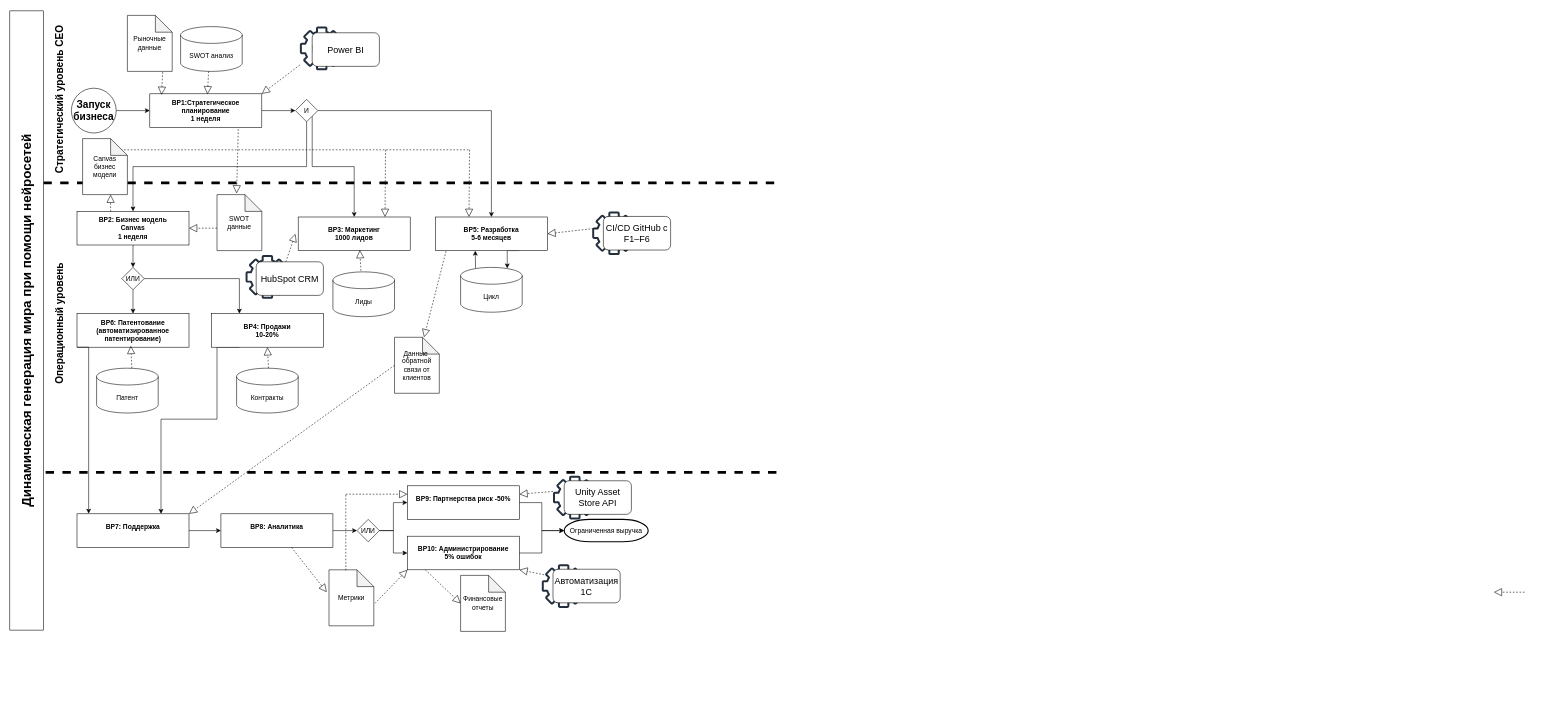
Slavik993/Diplom_Shebanov_2026 keeps this draw.io diagram as TO BE.drawio. Above is the earlier version. Source tidied: cells renumbered, new cells numbered last; positions are measured from the earlier drawing's top-left corner, leaving out a move shared by most shapes. Both pictures are drawn from the tidied source at 56%, with x=0, y=0 at pixel (-283, 15).
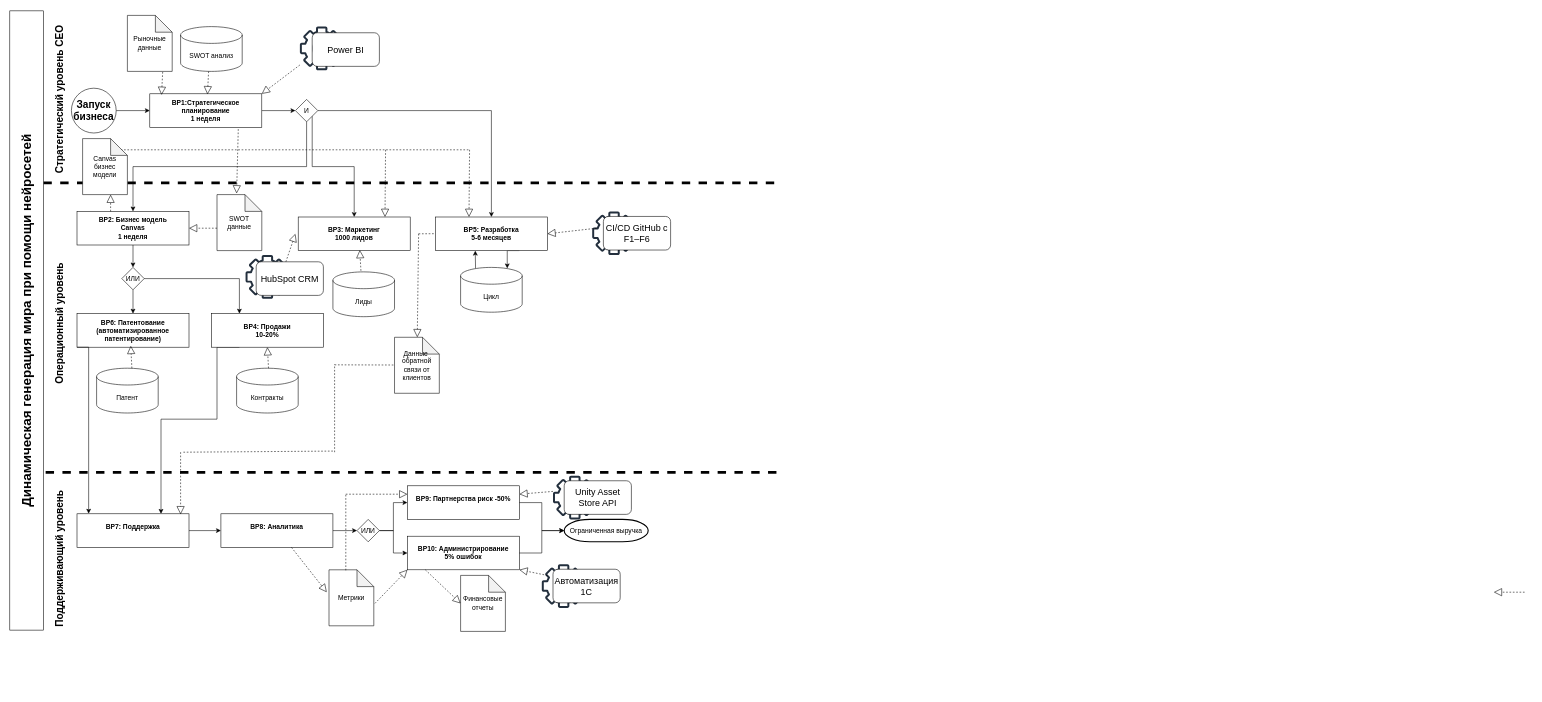
Above is the later version.

The change refers to these unchanged cells:
```xml
<mxCell id="28" value="&lt;b&gt;BP5: Разработка&lt;br&gt;5-6 месяцев&lt;/b&gt;" style="rounded=0;whiteSpace=wrap;html=1;" parent="1" vertex="1">
  <mxGeometry x="1283" y="360" width="200" height="60" as="geometry" />
</mxCell>
<mxCell id="36" value="&lt;b&gt;BP7: Поддержка&lt;/b&gt;&lt;div&gt;&lt;br&gt;&lt;/div&gt;" style="rounded=0;whiteSpace=wrap;html=1;" parent="1" vertex="1">
  <mxGeometry x="643" y="890" width="200" height="60" as="geometry" />
</mxCell>
<mxCell id="66" value="Данные&amp;nbsp; обратной связи от клиентов" style="shape=note;whiteSpace=wrap;html=1;backgroundOutline=1;darkOpacity=0.05;" parent="1" vertex="1">
  <mxGeometry x="1210" y="574.8" width="80" height="100" as="geometry" />
</mxCell>
```

Diff of the diagram source:
```diff
@@
-    <mxCell id="67" style="endArrow=block;dashed=1;endFill=0;endSize=12;html=1;rounded=0;exitX=0.095;exitY=1.017;exitDx=0;exitDy=0;exitPerimeter=0;" parent="1" edge="1" source="28" target="66">
-      <mxGeometry relative="1" as="geometry" />
+    <mxCell id="67" style="endArrow=block;dashed=1;endFill=0;endSize=12;html=1;rounded=0;" parent="1" edge="1" target="66">
+      <mxGeometry relative="1" as="geometry">
+        <mxPoint x="1253" y="390" as="sourcePoint" />
+      </mxGeometry>
     </mxCell>
-    <mxCell id="68" style="endArrow=block;dashed=1;endFill=0;endSize=12;html=1;rounded=0;exitX=0;exitY=0.5;exitDx=0;exitDy=0;exitPerimeter=0;entryX=1;entryY=0;entryDx=0;entryDy=0;" parent="1" edge="1" source="66" target="36">
-      <mxGeometry relative="1" as="geometry" />
-    </mxCell>
@@
+    <mxCell id="85" value="&lt;font style=&quot;font-size: 18px;&quot;&gt;&lt;b&gt;Поддерживающий уровень&lt;/b&gt;&lt;/font&gt;" style="text;html=1;align=center;verticalAlign=middle;whiteSpace=wrap;rounded=0;rotation=-90;" parent="1" vertex="1">
+      <mxGeometry x="373" y="940" width="480" height="60" as="geometry" />
+    </mxCell>
+    <mxCell id="86" style="endArrow=none;dashed=1;html=1;rounded=0;" parent="1" edge="1">
+      <mxGeometry relative="1" as="geometry">
+        <mxPoint x="1103" y="624" as="sourcePoint" />
+        <mxPoint x="1210" y="624.3" as="targetPoint" />
+      </mxGeometry>
+    </mxCell>
+    <mxCell id="87" style="endArrow=block;dashed=1;endFill=0;endSize=12;html=1;rounded=0;entryX=0.3;entryY=0;entryDx=0;entryDy=0;entryPerimeter=0;" parent="1" edge="1">
+      <mxGeometry relative="1" as="geometry">
+        <mxPoint x="828" y="780" as="sourcePoint" />
+        <mxPoint x="828" y="891" as="targetPoint" />
+      </mxGeometry>
+    </mxCell>
+    <mxCell id="88" style="endArrow=none;dashed=1;html=1;rounded=0;" parent="1" edge="1">
+      <mxGeometry relative="1" as="geometry">
+        <mxPoint x="1103" y="780" as="sourcePoint" />
+        <mxPoint x="1103" y="623" as="targetPoint" />
+      </mxGeometry>
+    </mxCell>
+    <mxCell id="89" style="endArrow=none;dashed=1;html=1;rounded=0;" parent="1" edge="1">
+      <mxGeometry relative="1" as="geometry">
+        <mxPoint x="833" y="780" as="sourcePoint" />
+        <mxPoint x="1102.9" y="778" as="targetPoint" />
+      </mxGeometry>
+    </mxCell>
+    <mxCell id="90" style="endArrow=none;dashed=1;html=1;rounded=0;" parent="1" edge="1">
+      <mxGeometry relative="1" as="geometry">
+        <mxPoint x="1253" y="390" as="sourcePoint" />
+        <mxPoint x="1283" y="389.8" as="targetPoint" />
+      </mxGeometry>
+    </mxCell>
```
